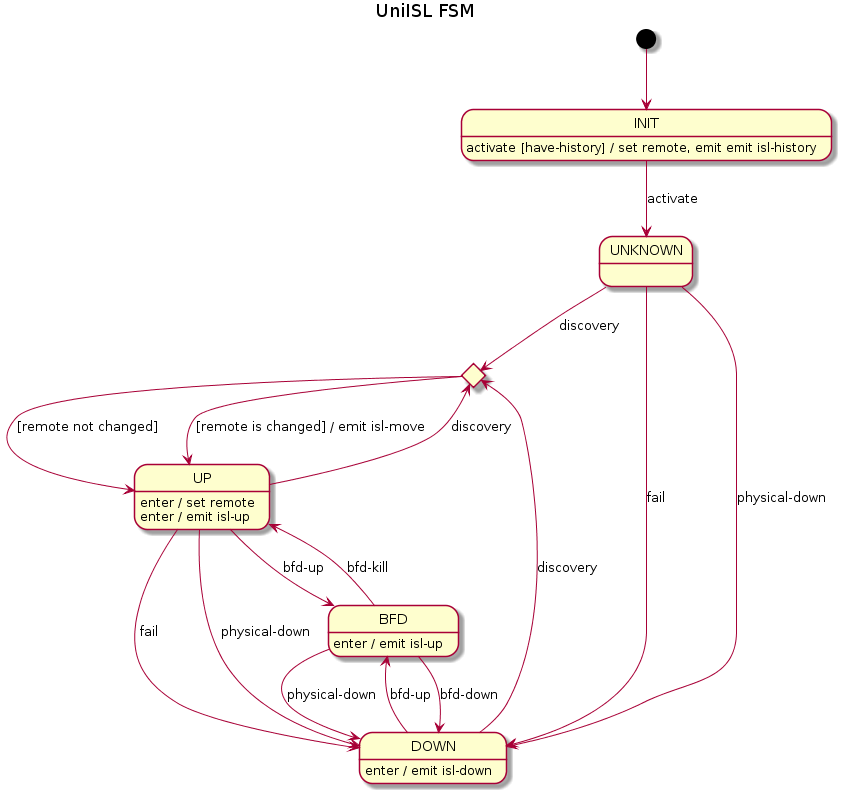
telstra/open-kilda keeps this PlantUML diagram as docs/design/network-discovery/uni-isl-FSM.png. Above is the earlier version.
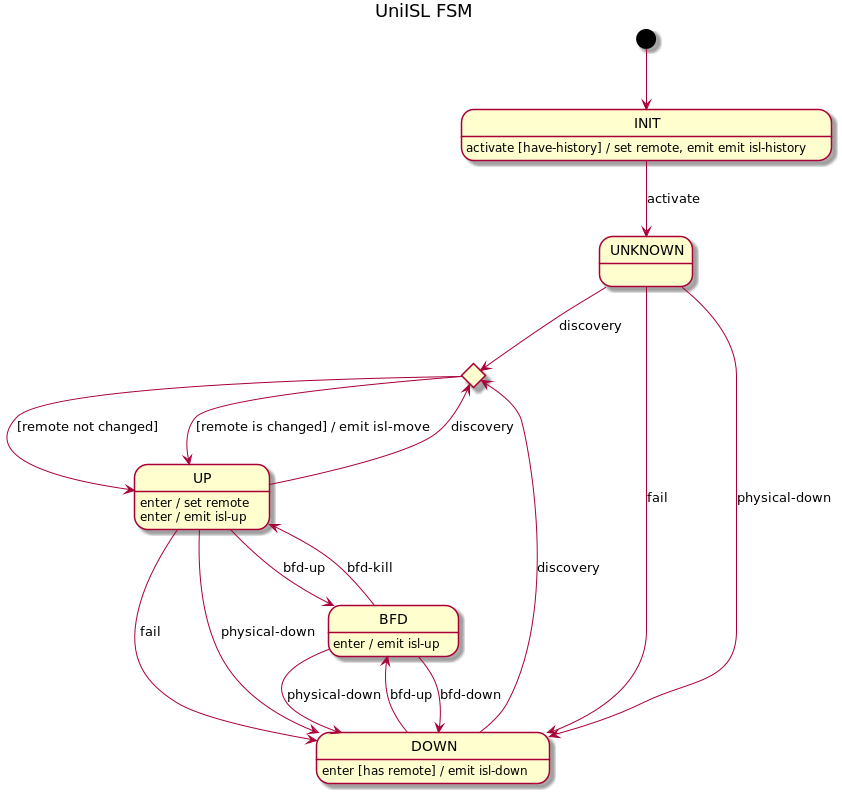
After the change.

Diff of the diagram source:
```diff
@@ -24,7 +24,7 @@
 
 DOWN --> moveChoice : discovery
 DOWN --> BFD : bfd-up
-DOWN : enter / emit isl-down
+DOWN : enter [has remote] / emit isl-down
 
 BFD --> DOWN : physical-down
 BFD --> DOWN : bfd-down
```
